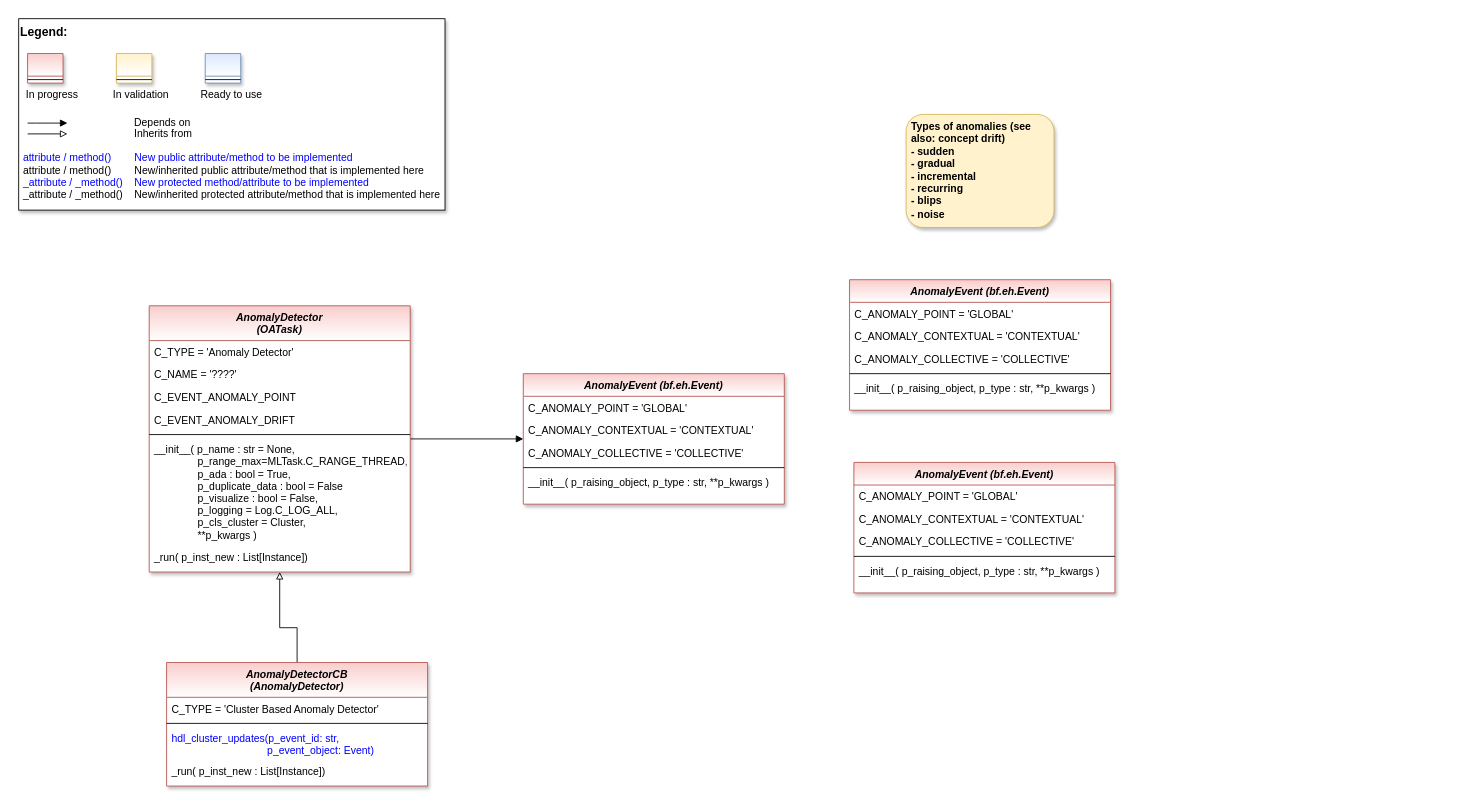
Earlier version of the draw.io diagram doc/rtd/content/04_appendices/appendix2/sub/core/mlpro_oa/streams/tasks/images/MLPro-OA_Anomaly_Detectors_class_diagram.drawio (fhswf/MLPro). Source tidied: cells renumbered, new cells numbered last; positions are measured from the earlier drawing's top-left corner, leaving out a move shared by most shapes. Both pictures are drawn from the tidied source at 87%, with x=0, y=0 at pixel (18, 18).
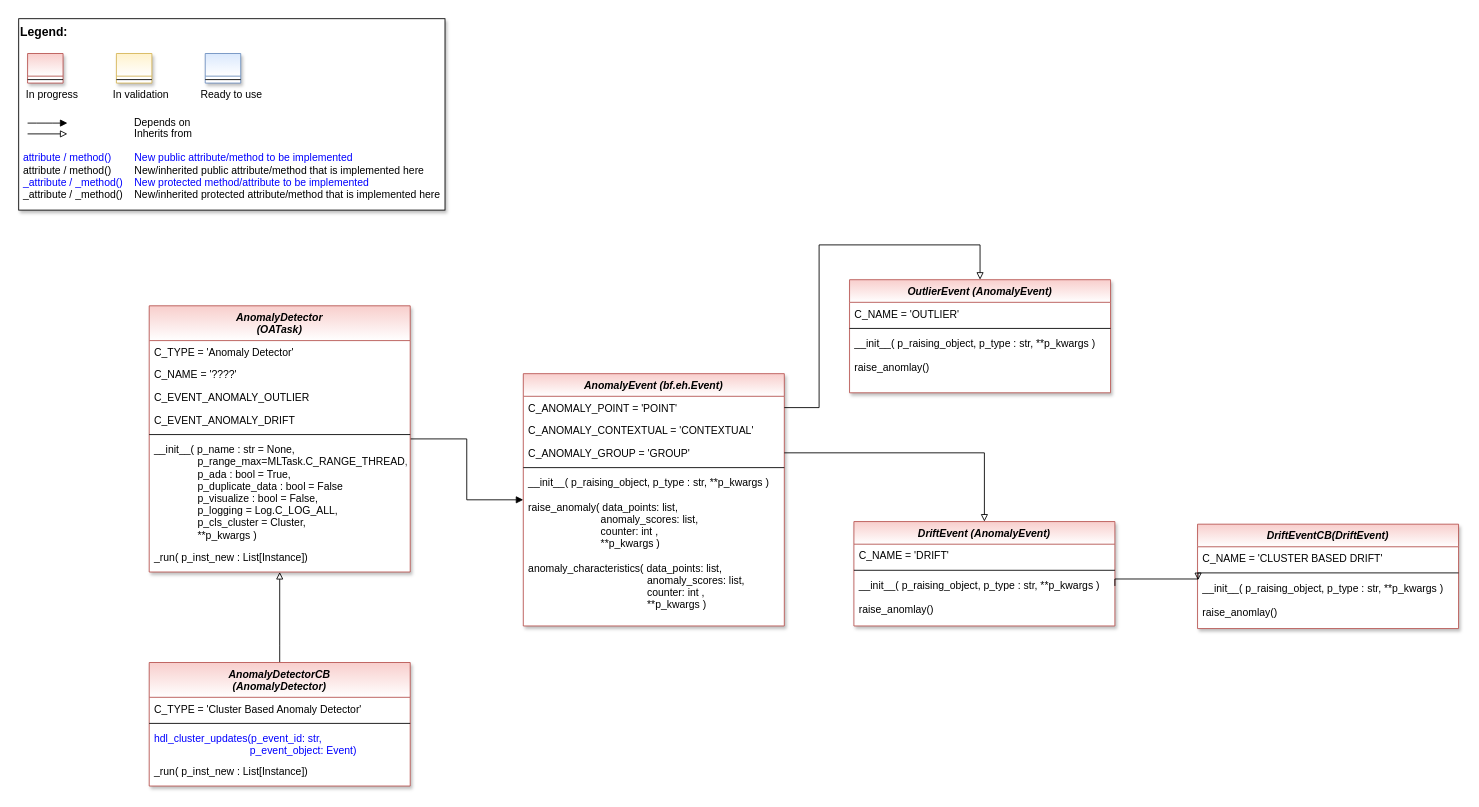
The same page after the edit.

The change refers to these unchanged cells:
```xml
<mxCell id="14" value="AnomalyDetector&#10;(OATask)" style="swimlane;fontStyle=3;align=center;verticalAlign=top;horizontal=1;startSize=40;rounded=0;shadow=1;strokeWidth=1;fillColor=#f8cecc;strokeColor=#b85450;swimlaneFillColor=#ffffff;gradientColor=#ffffff;" parent="1" vertex="1">
  <mxGeometry x="150" y="330" width="300" height="306" as="geometry" />
</mxCell>
```

Change to the diagram source:
```diff
@@
-    <mxCell id="12" value="Types of anomalies (see also: concept drift)&lt;br&gt;- sudden&lt;br&gt;- gradual&lt;br&gt;- incremental&lt;br&gt;- recurring&amp;nbsp;&lt;br&gt;- blips&lt;br&gt;- noise" style="rounded=1;whiteSpace=wrap;html=1;shadow=1;fillColor=#fff2cc;strokeColor=#d6b656;fontStyle=1;align=left;verticalAlign=top;spacingLeft=4;" parent="1" vertex="1">
-      <mxGeometry x="1020" y="110" width="170" height="130" as="geometry" />
-    </mxCell>
@@
-    <mxCell id="17" value="C_EVENT_ANOMALY_POINT&#10;" style="text;align=left;verticalAlign=top;spacingLeft=4;spacingRight=4;overflow=hidden;fontColor=default;" parent="14" vertex="1">
+    <mxCell id="17" value="C_EVENT_ANOMALY_OUTLIER" style="text;align=left;verticalAlign=top;spacingLeft=4;spacingRight=4;overflow=hidden;fontColor=default;" parent="14" vertex="1">
       <mxGeometry y="92" width="300" height="26" as="geometry" />
     </mxCell>
@@
     <mxCell id="22" value="AnomalyEvent (bf.eh.Event)" style="swimlane;fontStyle=3;align=center;verticalAlign=top;horizontal=1;startSize=26;rounded=0;shadow=1;strokeWidth=1;fillColor=#f8cecc;strokeColor=#b85450;swimlaneFillColor=#ffffff;gradientColor=#ffffff;" parent="1" vertex="1">
-      <mxGeometry x="580" y="408" width="300" height="150" as="geometry" />
+      <mxGeometry x="580" y="408" width="300" height="290" as="geometry" />
     </mxCell>
-    <mxCell id="23" value="C_ANOMALY_POINT = 'GLOBAL'" style="text;align=left;verticalAlign=top;spacingLeft=4;spacingRight=4;overflow=hidden;points=[[0,0.5],[1,0.5]];portConstraint=eastwest;fontColor=default;" parent="22" vertex="1">
+    <mxCell id="23" value="C_ANOMALY_POINT = 'POINT'" style="text;align=left;verticalAlign=top;spacingLeft=4;spacingRight=4;overflow=hidden;points=[[0,0.5],[1,0.5]];portConstraint=eastwest;fontColor=default;" parent="22" vertex="1">
       <mxGeometry y="26" width="300" height="26" as="geometry" />
     </mxCell>
@@
-    <mxCell id="25" value="C_ANOMALY_COLLECTIVE = 'COLLECTIVE'" style="text;align=left;verticalAlign=top;spacingLeft=4;spacingRight=4;overflow=hidden;points=[[0,0.5],[1,0.5]];portConstraint=eastwest;fontColor=default;" parent="22" vertex="1">
+    <mxCell id="25" value="C_ANOMALY_GROUP = 'GROUP'" style="text;align=left;verticalAlign=top;spacingLeft=4;spacingRight=4;overflow=hidden;points=[[0,0.5],[1,0.5]];portConstraint=eastwest;fontColor=default;" parent="22" vertex="1">
       <mxGeometry y="78" width="300" height="26" as="geometry" />
     </mxCell>
@@
+    <mxCell id="46" value="raise_anomaly( data_points: list,&#10;                          anomaly_scores: list,&#10;                           counter: int ,&#10;                          **p_kwargs )" style="text;align=left;verticalAlign=top;spacingLeft=4;spacingRight=4;overflow=hidden;" parent="22" vertex="1">
+      <mxGeometry y="140" width="300" height="70" as="geometry" />
+    </mxCell>
+    <mxCell id="47" value="anomaly_characteristics( data_points: list,&#10;                                         anomaly_scores: list,&#10;                                         counter: int ,&#10;                                         **p_kwargs )" style="text;align=left;verticalAlign=top;spacingLeft=4;spacingRight=4;overflow=hidden;" parent="22" vertex="1">
+      <mxGeometry y="210" width="300" height="80" as="geometry" />
+    </mxCell>
-    <mxCell id="28" style="edgeStyle=orthogonalEdgeStyle;rounded=0;jettySize=auto;html=1;fontColor=#0000FF;endArrow=block;endFill=0;entryX=0.5;entryY=1;entryDx=0;entryDy=0;" parent="1" edge="1" source="29" target="14">
+    <mxCell id="28" style="edgeStyle=orthogonalEdgeStyle;rounded=0;jettySize=auto;html=1;fontColor=#0000FF;endArrow=block;endFill=0;entryX=0.5;entryY=1;entryDx=0;entryDy=0;exitX=0.5;exitY=0;exitDx=0;exitDy=0;" parent="1" edge="1" source="29" target="14">
       <mxGeometry relative="1" as="geometry">
         <Array as="points">
-          <mxPoint x="320" y="700" />
-          <mxPoint x="300" y="700" />
+          <mxPoint x="300" y="720" />
+          <mxPoint x="300" y="720" />
         </Array>
       </mxGeometry>
     </mxCell>
     <mxCell id="29" value="AnomalyDetectorCB &#10;(AnomalyDetector)" style="swimlane;fontStyle=3;align=center;verticalAlign=top;horizontal=1;startSize=40;rounded=0;shadow=1;strokeWidth=1;fillColor=#f8cecc;strokeColor=#b85450;swimlaneFillColor=#ffffff;gradientColor=#ffffff;" parent="1" vertex="1">
-      <mxGeometry x="170" y="740" width="300" height="142" as="geometry" />
+      <mxGeometry x="150" y="740" width="300" height="142" as="geometry" />
     </mxCell>
@@
-    <mxCell id="34" value="AnomalyEvent (bf.eh.Event)" style="swimlane;fontStyle=3;align=center;verticalAlign=top;horizontal=1;startSize=26;rounded=0;shadow=1;strokeWidth=1;fillColor=#f8cecc;strokeColor=#b85450;swimlaneFillColor=#ffffff;gradientColor=#ffffff;" parent="1" vertex="1">
-      <mxGeometry x="955" y="300" width="300" height="150" as="geometry" />
+    <mxCell id="34" value="OutlierEvent (AnomalyEvent)" style="swimlane;fontStyle=3;align=center;verticalAlign=top;horizontal=1;startSize=26;rounded=0;shadow=1;strokeWidth=1;fillColor=#f8cecc;strokeColor=#b85450;swimlaneFillColor=#ffffff;gradientColor=#ffffff;" parent="1" vertex="1">
+      <mxGeometry x="955" y="300" width="300" height="130" as="geometry" />
     </mxCell>
-    <mxCell id="35" value="C_ANOMALY_POINT = 'GLOBAL'" style="text;align=left;verticalAlign=top;spacingLeft=4;spacingRight=4;overflow=hidden;fontColor=default;" parent="34" vertex="1">
+    <mxCell id="35" value="C_NAME = 'OUTLIER'" style="text;align=left;verticalAlign=top;spacingLeft=4;spacingRight=4;overflow=hidden;fontColor=default;" parent="34" vertex="1">
       <mxGeometry y="26" width="300" height="26" as="geometry" />
     </mxCell>
-    <mxCell id="36" value="C_ANOMALY_CONTEXTUAL = 'CONTEXTUAL'" style="text;align=left;verticalAlign=top;spacingLeft=4;spacingRight=4;overflow=hidden;fontColor=default;" parent="34" vertex="1">
-      <mxGeometry y="52" width="300" height="26" as="geometry" />
-    </mxCell>
-    <mxCell id="37" value="C_ANOMALY_COLLECTIVE = 'COLLECTIVE'" style="text;align=left;verticalAlign=top;spacingLeft=4;spacingRight=4;overflow=hidden;fontColor=default;" parent="34" vertex="1">
-      <mxGeometry y="78" width="300" height="26" as="geometry" />
-    </mxCell>
     <mxCell id="38" style="line;html=1;strokeWidth=1;align=left;verticalAlign=middle;spacingTop=-1;spacingLeft=3;spacingRight=3;labelPosition=right;" parent="34" vertex="1">
-      <mxGeometry y="104" width="300" height="8" as="geometry" />
+      <mxGeometry y="52" width="300" height="8" as="geometry" />
     </mxCell>
     <mxCell id="39" value="__init__( p_raising_object, p_type : str, **p_kwargs )" style="text;align=left;verticalAlign=top;spacingLeft=4;spacingRight=4;overflow=hidden;" parent="34" vertex="1">
-      <mxGeometry y="112" width="300" height="28" as="geometry" />
+      <mxGeometry y="60" width="300" height="28" as="geometry" />
     </mxCell>
+    <mxCell id="48" value="raise_anomlay()" style="text;align=left;verticalAlign=top;spacingLeft=4;spacingRight=4;overflow=hidden;" parent="34" vertex="1">
+      <mxGeometry y="88" width="300" height="28" as="geometry" />
+    </mxCell>
-    <mxCell id="40" value="AnomalyEvent (bf.eh.Event)" style="swimlane;fontStyle=3;align=center;verticalAlign=top;horizontal=1;startSize=26;rounded=0;shadow=1;strokeWidth=1;fillColor=#f8cecc;strokeColor=#b85450;swimlaneFillColor=#ffffff;gradientColor=#ffffff;" parent="1" vertex="1">
-      <mxGeometry x="960" y="510" width="300" height="150" as="geometry" />
+    <mxCell id="40" value="DriftEvent (AnomalyEvent)" style="swimlane;fontStyle=3;align=center;verticalAlign=top;horizontal=1;startSize=26;rounded=0;shadow=1;strokeWidth=1;fillColor=#f8cecc;strokeColor=#b85450;swimlaneFillColor=#ffffff;gradientColor=#ffffff;" parent="1" vertex="1">
+      <mxGeometry x="960" y="578" width="300" height="120" as="geometry" />
     </mxCell>
-    <mxCell id="41" value="C_ANOMALY_POINT = 'GLOBAL'" style="text;align=left;verticalAlign=top;spacingLeft=4;spacingRight=4;overflow=hidden;fontColor=default;" parent="40" vertex="1">
+    <mxCell id="41" value="C_NAME = 'DRIFT'" style="text;align=left;verticalAlign=top;spacingLeft=4;spacingRight=4;overflow=hidden;fontColor=default;" parent="40" vertex="1">
       <mxGeometry y="26" width="300" height="26" as="geometry" />
     </mxCell>
-    <mxCell id="42" value="C_ANOMALY_CONTEXTUAL = 'CONTEXTUAL'" style="text;align=left;verticalAlign=top;spacingLeft=4;spacingRight=4;overflow=hidden;fontColor=default;" parent="40" vertex="1">
-      <mxGeometry y="52" width="300" height="26" as="geometry" />
-    </mxCell>
-    <mxCell id="43" value="C_ANOMALY_COLLECTIVE = 'COLLECTIVE'" style="text;align=left;verticalAlign=top;spacingLeft=4;spacingRight=4;overflow=hidden;fontColor=default;" parent="40" vertex="1">
-      <mxGeometry y="78" width="300" height="26" as="geometry" />
-    </mxCell>
     <mxCell id="44" style="line;html=1;strokeWidth=1;align=left;verticalAlign=middle;spacingTop=-1;spacingLeft=3;spacingRight=3;labelPosition=right;" parent="40" vertex="1">
-      <mxGeometry y="104" width="300" height="8" as="geometry" />
+      <mxGeometry y="52" width="300" height="8" as="geometry" />
     </mxCell>
     <mxCell id="45" value="__init__( p_raising_object, p_type : str, **p_kwargs )" style="text;align=left;verticalAlign=top;spacingLeft=4;spacingRight=4;overflow=hidden;points=[[0,0.5],[1,0.5]];portConstraint=eastwest;" parent="40" vertex="1">
-      <mxGeometry y="112" width="300" height="28" as="geometry" />
+      <mxGeometry y="60" width="300" height="28" as="geometry" />
     </mxCell>
+    <mxCell id="49" value="raise_anomlay()" style="text;align=left;verticalAlign=top;spacingLeft=4;spacingRight=4;overflow=hidden;" parent="40" vertex="1">
+      <mxGeometry y="88" width="300" height="28" as="geometry" />
+    </mxCell>
+    <mxCell id="50" style="edgeStyle=orthogonalEdgeStyle;rounded=0;jettySize=auto;html=1;fontColor=#0000FF;endArrow=block;endFill=0;entryX=0.5;entryY=0;entryDx=0;entryDy=0;exitX=1;exitY=0.5;exitDx=0;exitDy=0;" parent="1" edge="1" source="23" target="34">
+      <mxGeometry relative="1" as="geometry">
+        <Array as="points">
+          <mxPoint x="920" y="447" />
+          <mxPoint x="920" y="260" />
+          <mxPoint x="1105" y="260" />
+        </Array>
+      </mxGeometry>
+    </mxCell>
+    <mxCell id="51" style="edgeStyle=orthogonalEdgeStyle;rounded=0;jettySize=auto;html=1;fontColor=#0000FF;endArrow=block;endFill=0;entryX=0.5;entryY=0;entryDx=0;entryDy=0;exitX=1;exitY=0.5;exitDx=0;exitDy=0;" parent="1" edge="1" source="25" target="40">
+      <mxGeometry relative="1" as="geometry">
+        <Array as="points">
+          <mxPoint x="1110" y="499" />
+        </Array>
+      </mxGeometry>
+    </mxCell>
+    <mxCell id="52" value="DriftEventCB(DriftEvent)" style="swimlane;fontStyle=3;align=center;verticalAlign=top;horizontal=1;startSize=26;rounded=0;shadow=1;strokeWidth=1;fillColor=#f8cecc;strokeColor=#b85450;swimlaneFillColor=#ffffff;gradientColor=#ffffff;" parent="1" vertex="1">
+      <mxGeometry x="1355" y="581" width="300" height="120" as="geometry" />
+    </mxCell>
+    <mxCell id="53" value="C_NAME = 'CLUSTER BASED DRIFT'" style="text;align=left;verticalAlign=top;spacingLeft=4;spacingRight=4;overflow=hidden;fontColor=default;" parent="52" vertex="1">
+      <mxGeometry y="26" width="300" height="26" as="geometry" />
+    </mxCell>
+    <mxCell id="54" style="line;html=1;strokeWidth=1;align=left;verticalAlign=middle;spacingTop=-1;spacingLeft=3;spacingRight=3;labelPosition=right;" parent="52" vertex="1">
+      <mxGeometry y="52" width="300" height="8" as="geometry" />
+    </mxCell>
+    <mxCell id="55" value="__init__( p_raising_object, p_type : str, **p_kwargs )" style="text;align=left;verticalAlign=top;spacingLeft=4;spacingRight=4;overflow=hidden;points=[[0,0.5],[1,0.5]];portConstraint=eastwest;" parent="52" vertex="1">
+      <mxGeometry y="60" width="300" height="28" as="geometry" />
+    </mxCell>
+    <mxCell id="56" value="raise_anomlay()" style="text;align=left;verticalAlign=top;spacingLeft=4;spacingRight=4;overflow=hidden;" parent="52" vertex="1">
+      <mxGeometry y="88" width="300" height="28" as="geometry" />
+    </mxCell>
+    <mxCell id="57" style="edgeStyle=orthogonalEdgeStyle;rounded=0;jettySize=auto;html=1;fontColor=#0000FF;endArrow=block;endFill=0;entryX=0.002;entryY=0.154;entryDx=0;entryDy=0;exitX=1;exitY=0.5;exitDx=0;exitDy=0;entryPerimeter=0;" parent="1" edge="1" source="45" target="55">
+      <mxGeometry relative="1" as="geometry">
+        <Array as="points">
+          <mxPoint x="1260" y="644" />
+        </Array>
+      </mxGeometry>
+    </mxCell>
```
